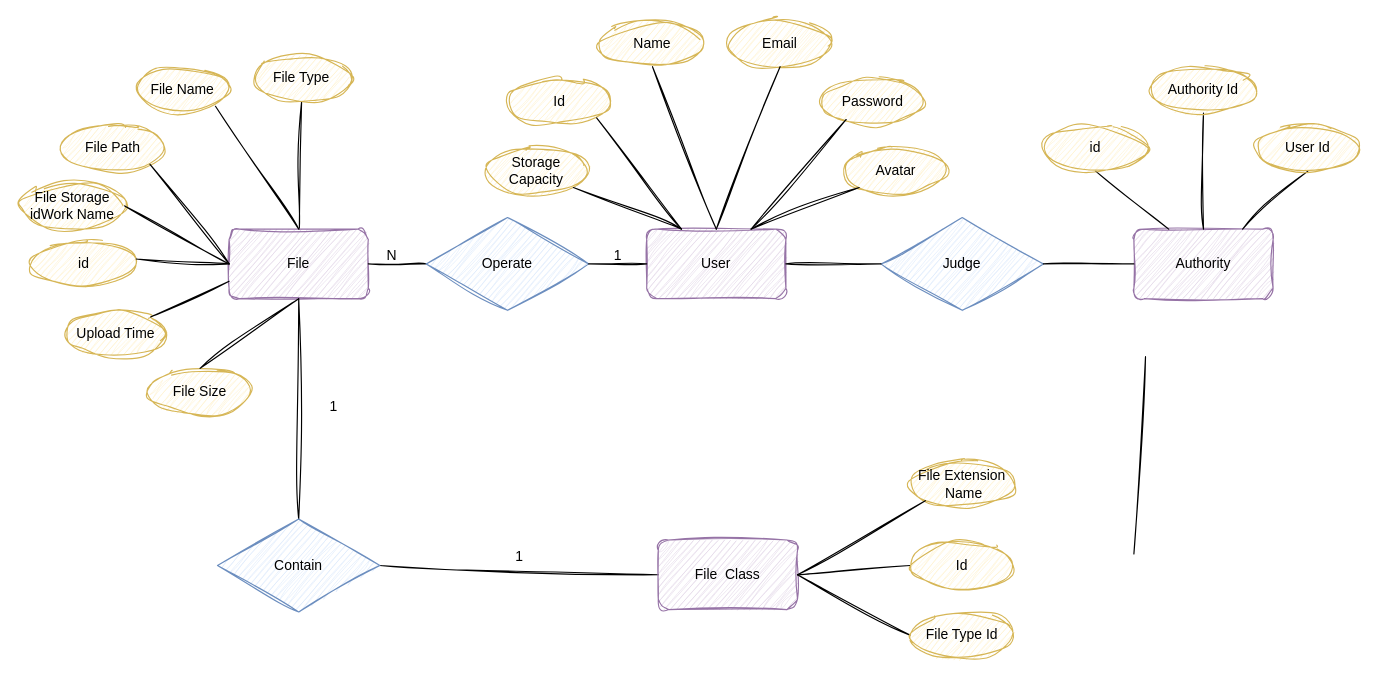
This is page "overall er" (1 of 2) of paper/final_paper.drawio from KyleQiao1992/macDrive, a draw.io file, before an edit. Source tidied: cells renumbered, new cells numbered last; positions are measured from the earlier drawing's top-left corner, leaving out a move shared by most shapes. Both pictures are drawn from the tidied source at 116%, with x=0, y=0 at pixel (20, 20).
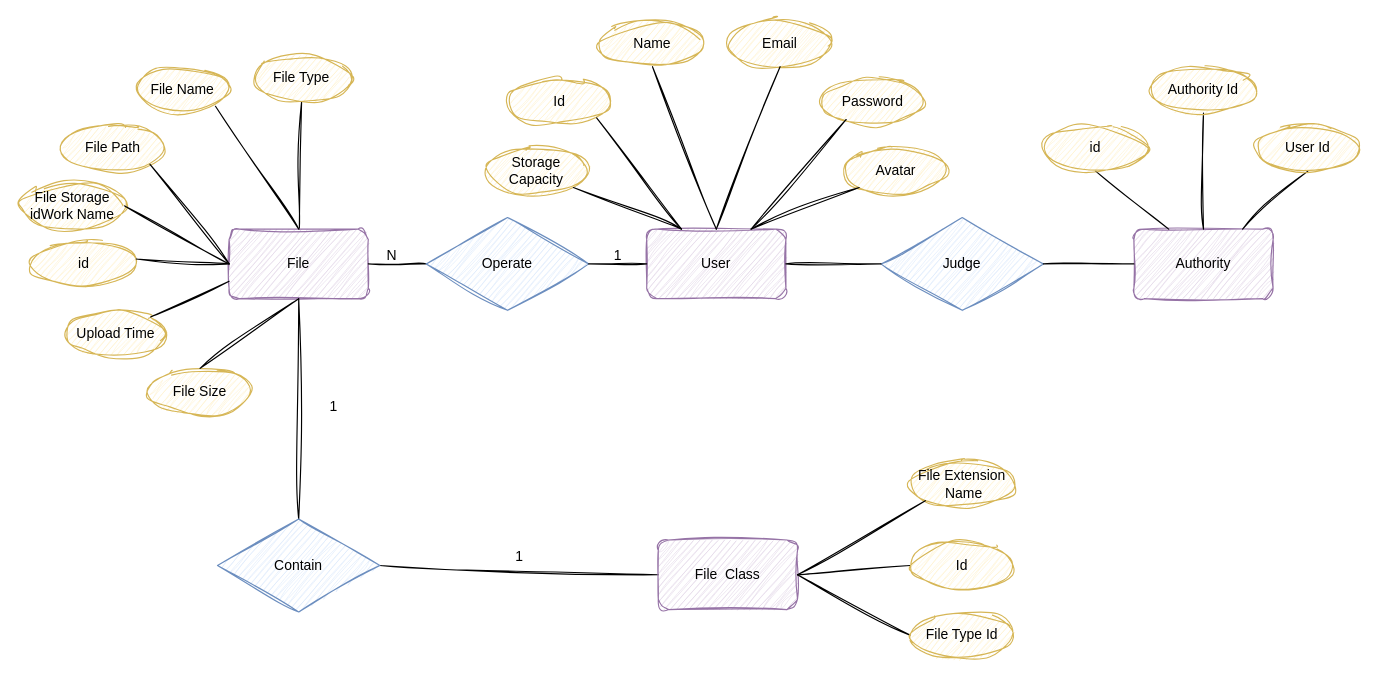
After the change.

Diff of the diagram source:
```diff
@@
-    <mxCell id="46" style="rounded=1;orthogonalLoop=1;jettySize=auto;html=1;entryX=0.5;entryY=1;entryDx=0;entryDy=0;sketch=1;curveFitting=1;jiggle=2;endArrow=none;endFill=0;" parent="1" edge="1">
-      <mxGeometry relative="1" as="geometry">
-        <mxPoint x="960" y="460" as="sourcePoint" />
-        <mxPoint x="970" y="290" as="targetPoint" />
-      </mxGeometry>
-    </mxCell>
```
